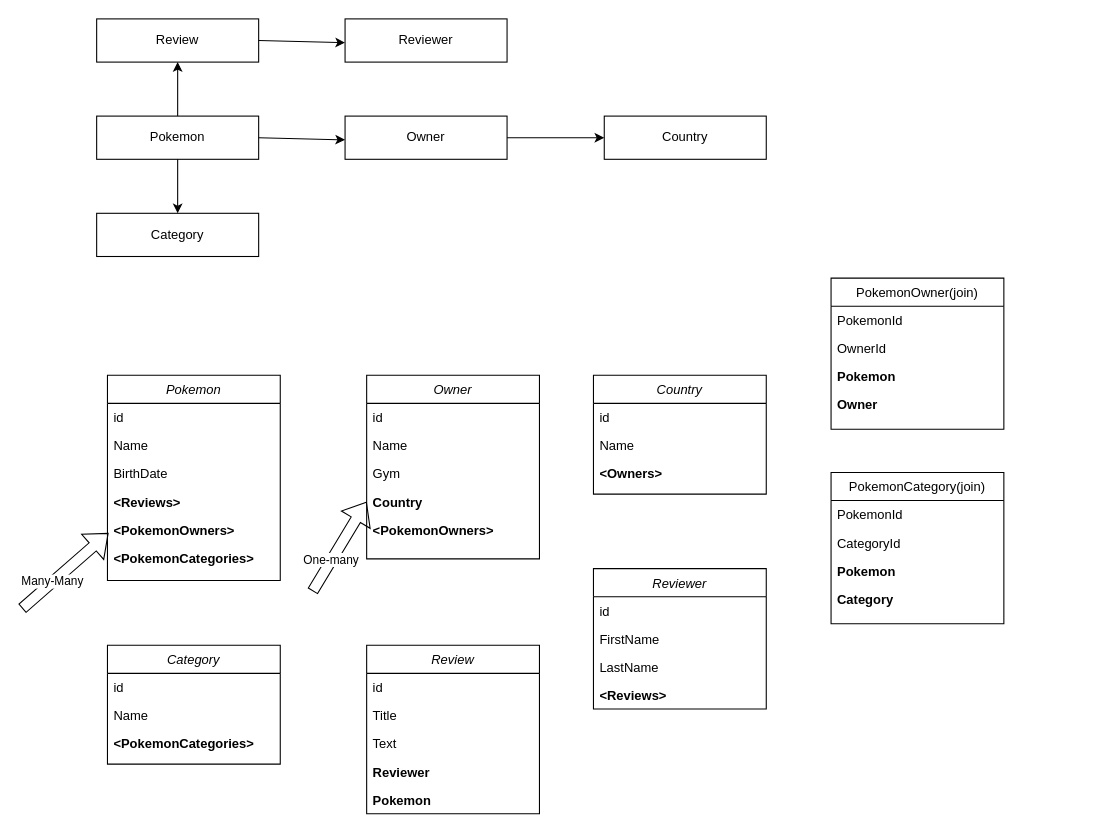
This is ASP.NETWebApi.drawio from AmmadNaseem/Projects-ERD-Diagrams, a draw.io file, before an edit. Source tidied: cells renumbered, new cells numbered last; positions are measured from the earlier drawing's top-left corner, leaving out a move shared by most shapes. Both pictures are drawn from the tidied source at 108%, with x=0, y=0 at pixel (22, 18).
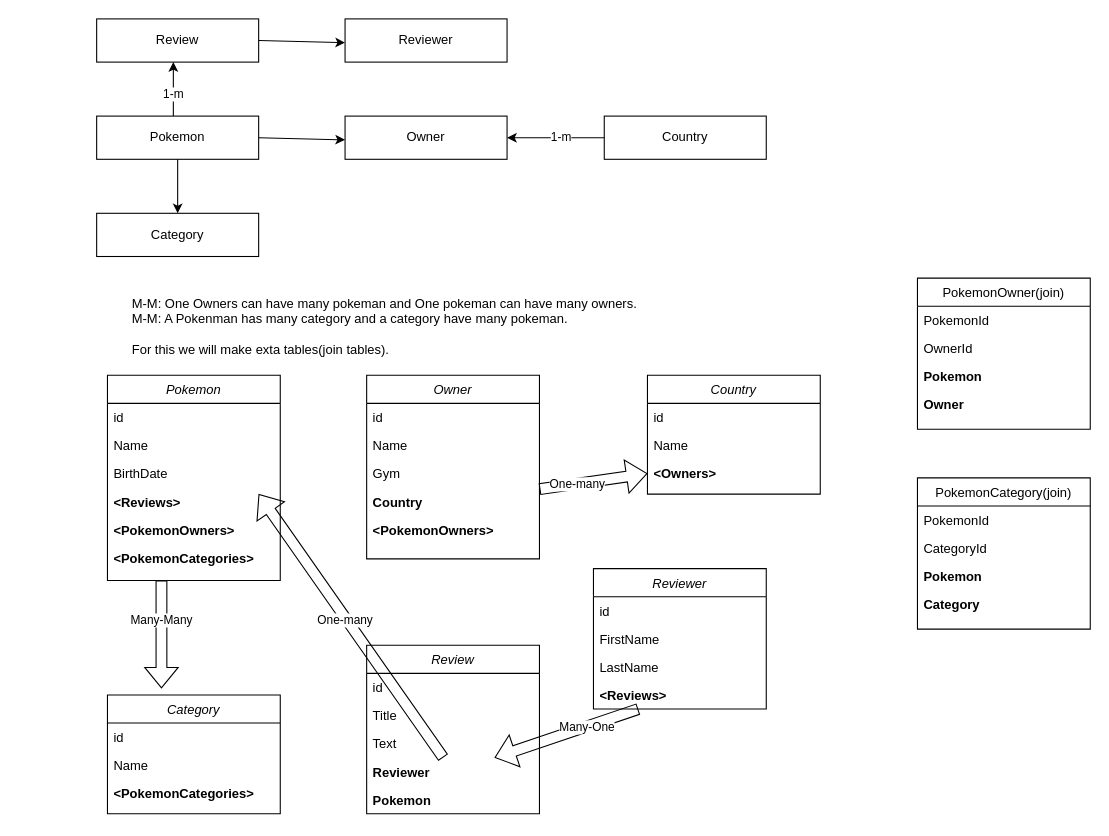
The same diagram, later.

Unchanged cells that the change refers to:
```xml
<mxCell id="6" value="&lt;Reviews&gt;" style="text;align=left;verticalAlign=top;spacingLeft=4;spacingRight=4;overflow=hidden;points=[[0,0.5],[1,0.5]];portConstraint=eastwest;fontStyle=1;" parent="2" vertex="1">
  <mxGeometry y="104" width="160" height="26" as="geometry" />
</mxCell>
<mxCell id="14" value="Review" style="rounded=0;whiteSpace=wrap;html=1;" parent="1" vertex="1">
  <mxGeometry x="69" width="150" height="40" as="geometry" />
</mxCell>
<mxCell id="17" value="Pokemon" style="rounded=0;whiteSpace=wrap;html=1;" parent="1" vertex="1">
  <mxGeometry x="69" y="90" width="150" height="40" as="geometry" />
</mxCell>
<mxCell id="18" value="Owner" style="rounded=0;whiteSpace=wrap;html=1;" parent="1" vertex="1">
  <mxGeometry x="299" y="90" width="150" height="40" as="geometry" />
</mxCell>
<mxCell id="21" value="Country" style="rounded=0;whiteSpace=wrap;html=1;" parent="1" vertex="1">
  <mxGeometry x="539" y="90" width="150" height="40" as="geometry" />
</mxCell>
<mxCell id="29" value="Country" style="text;align=left;verticalAlign=top;spacingLeft=4;spacingRight=4;overflow=hidden;points=[[0,0.5],[1,0.5]];portConstraint=eastwest;fontStyle=1;" parent="25" vertex="1">
  <mxGeometry y="104" width="160" height="26" as="geometry" />
</mxCell>
<mxCell id="34" value="&lt;Owners&gt;" style="text;align=left;verticalAlign=top;spacingLeft=4;spacingRight=4;overflow=hidden;points=[[0,0.5],[1,0.5]];portConstraint=eastwest;fontStyle=1;" parent="31" vertex="1">
  <mxGeometry y="78" width="160" height="26" as="geometry" />
</mxCell>
<mxCell id="48" value="Reviewer" style="text;align=left;verticalAlign=top;spacingLeft=4;spacingRight=4;overflow=hidden;points=[[0,0.5],[1,0.5]];portConstraint=eastwest;fontStyle=1;" parent="44" vertex="1">
  <mxGeometry y="104" width="160" height="26" as="geometry" />
</mxCell>
<mxCell id="54" value="&lt;Reviews&gt;" style="text;align=left;verticalAlign=top;spacingLeft=4;spacingRight=4;overflow=hidden;points=[[0,0.5],[1,0.5]];portConstraint=eastwest;fontStyle=1;" parent="50" vertex="1">
  <mxGeometry y="104" width="160" height="26" as="geometry" />
</mxCell>
```

Diff of the diagram source:
```diff
@@
     <mxCell id="9" value="PokemonOwner(join)" style="swimlane;fontStyle=0;align=center;verticalAlign=top;horizontal=1;startSize=26;rounded=0;shadow=0;strokeWidth=1;" parent="1" vertex="1">
-      <mxGeometry x="749" y="240" width="160" height="140" as="geometry" />
+      <mxGeometry x="829" y="240" width="160" height="140" as="geometry" />
     </mxCell>
@@
-    <mxCell id="22" style="endArrow=classic;html=1;rounded=0;exitX=1;exitY=0.5;exitDx=0;exitDy=0;entryX=0;entryY=0.5;entryDx=0;entryDy=0;" parent="1" edge="1" source="18" target="21">
-      <mxGeometry relative="1" as="geometry" />
-    </mxCell>
@@
-    <mxCell id="24" style="endArrow=classic;html=1;rounded=0;exitX=0.5;exitY=0;exitDx=0;exitDy=0;entryX=0.5;entryY=1;entryDx=0;entryDy=0;" parent="1" edge="1" source="17" target="14">
-      <mxGeometry relative="1" as="geometry" />
-    </mxCell>
@@
     <mxCell id="31" value="Country" style="swimlane;fontStyle=2;align=center;verticalAlign=top;horizontal=1;startSize=26;rounded=0;shadow=0;strokeWidth=1;" parent="1" vertex="1">
-      <mxGeometry x="529" y="330" width="160" height="110" as="geometry" />
+      <mxGeometry x="579" y="330" width="160" height="110" as="geometry" />
     </mxCell>
@@
     <mxCell id="35" value="PokemonCategory(join)" style="swimlane;fontStyle=0;align=center;verticalAlign=top;horizontal=1;startSize=26;rounded=0;shadow=0;strokeWidth=1;" parent="1" vertex="1">
-      <mxGeometry x="749" y="420" width="160" height="140" as="geometry" />
+      <mxGeometry x="829" y="425" width="160" height="140" as="geometry" />
     </mxCell>
@@
     <mxCell id="40" value="Category" style="swimlane;fontStyle=2;align=center;verticalAlign=top;horizontal=1;startSize=26;rounded=0;shadow=0;strokeWidth=1;" parent="1" vertex="1">
-      <mxGeometry x="79" y="580" width="160" height="110" as="geometry" />
+      <mxGeometry x="79" y="626" width="160" height="110" as="geometry" />
     </mxCell>
@@
     <mxCell id="55" style="shape=flexArrow;endArrow=classic;html=1;rounded=0;" parent="1" edge="1">
       <mxGeometry relative="1" as="geometry">
-        <mxPoint y="546" as="sourcePoint" />
-        <mxPoint x="80" y="476" as="targetPoint" />
+        <mxPoint x="129" y="520" as="sourcePoint" />
+        <mxPoint x="129" y="620" as="targetPoint" />
       </mxGeometry>
     </mxCell>
@@
-    <mxCell id="57" style="shape=flexArrow;endArrow=classic;html=1;rounded=0;entryX=0;entryY=0.5;entryDx=0;entryDy=0;" parent="1" edge="1" target="29">
-      <mxGeometry relative="1" as="geometry">
-        <mxPoint x="269" y="530" as="sourcePoint" />
-      </mxGeometry>
+    <mxCell id="57" style="shape=flexArrow;endArrow=classic;html=1;rounded=0;entryX=0;entryY=0.5;entryDx=0;entryDy=0;" parent="1" edge="1" source="29" target="34">
+      <mxGeometry relative="1" as="geometry" />
     </mxCell>
@@
+    <mxCell id="59" style="shape=flexArrow;endArrow=classic;html=1;rounded=0;entryX=0.875;entryY=0.231;entryDx=0;entryDy=0;entryPerimeter=0;" parent="1" edge="1" source="48" target="6">
+      <mxGeometry relative="1" as="geometry" />
+    </mxCell>
+    <mxCell id="60" value="One-many" style="edgeLabel;html=1;align=center;verticalAlign=middle;" parent="59" vertex="1">
+      <mxGeometry x="-0.29" relative="1" as="geometry">
+        <mxPoint x="-31" y="-41" as="offset" />
+      </mxGeometry>
+    </mxCell>
+    <mxCell id="61" style="shape=flexArrow;endArrow=classic;html=1;rounded=0;" parent="1" edge="1" source="54" target="48">
+      <mxGeometry relative="1" as="geometry" />
+    </mxCell>
+    <mxCell id="62" value="Many-One" style="edgeLabel;html=1;align=center;verticalAlign=middle;" parent="61" vertex="1">
+      <mxGeometry x="-0.29" relative="1" as="geometry">
+        <mxPoint x="-1" as="offset" />
+      </mxGeometry>
+    </mxCell>
+    <mxCell id="24" value="1-m" style="endArrow=classic;html=1;rounded=0;exitX=0.5;exitY=0;exitDx=0;exitDy=0;entryX=0.5;entryY=1;entryDx=0;entryDy=0;" parent="1" edge="1">
+      <mxGeometry x="-0.2" relative="1" as="geometry">
+        <mxPoint x="140" y="90" as="sourcePoint" />
+        <mxPoint x="140" y="40" as="targetPoint" />
+      </mxGeometry>
+    </mxCell>
+    <mxCell id="63" value="1-m" style="endArrow=classic;html=1;rounded=0;exitX=0;exitY=0.5;exitDx=0;exitDy=0;entryX=1;entryY=0.5;entryDx=0;entryDy=0;" parent="1" edge="1" source="21" target="18">
+      <mxGeometry x="-0.11" relative="1" as="geometry" />
+    </mxCell>
+    <mxCell id="64" value="&lt;div&gt;M-M: One Owners can have many pokeman and One pokeman can have many owners.&lt;/div&gt;&lt;div&gt;M-M: A Pokenman has many category and a category have many pokeman.&lt;/div&gt;&lt;div&gt;&lt;br&gt;&lt;/div&gt;&lt;div&gt;For this we will make exta tables(join tables). &lt;br&gt;&lt;/div&gt;" style="text;whiteSpace=wrap;html=1;" parent="1" vertex="1">
+      <mxGeometry x="100" y="250" width="640" height="40" as="geometry" />
+    </mxCell>
```
